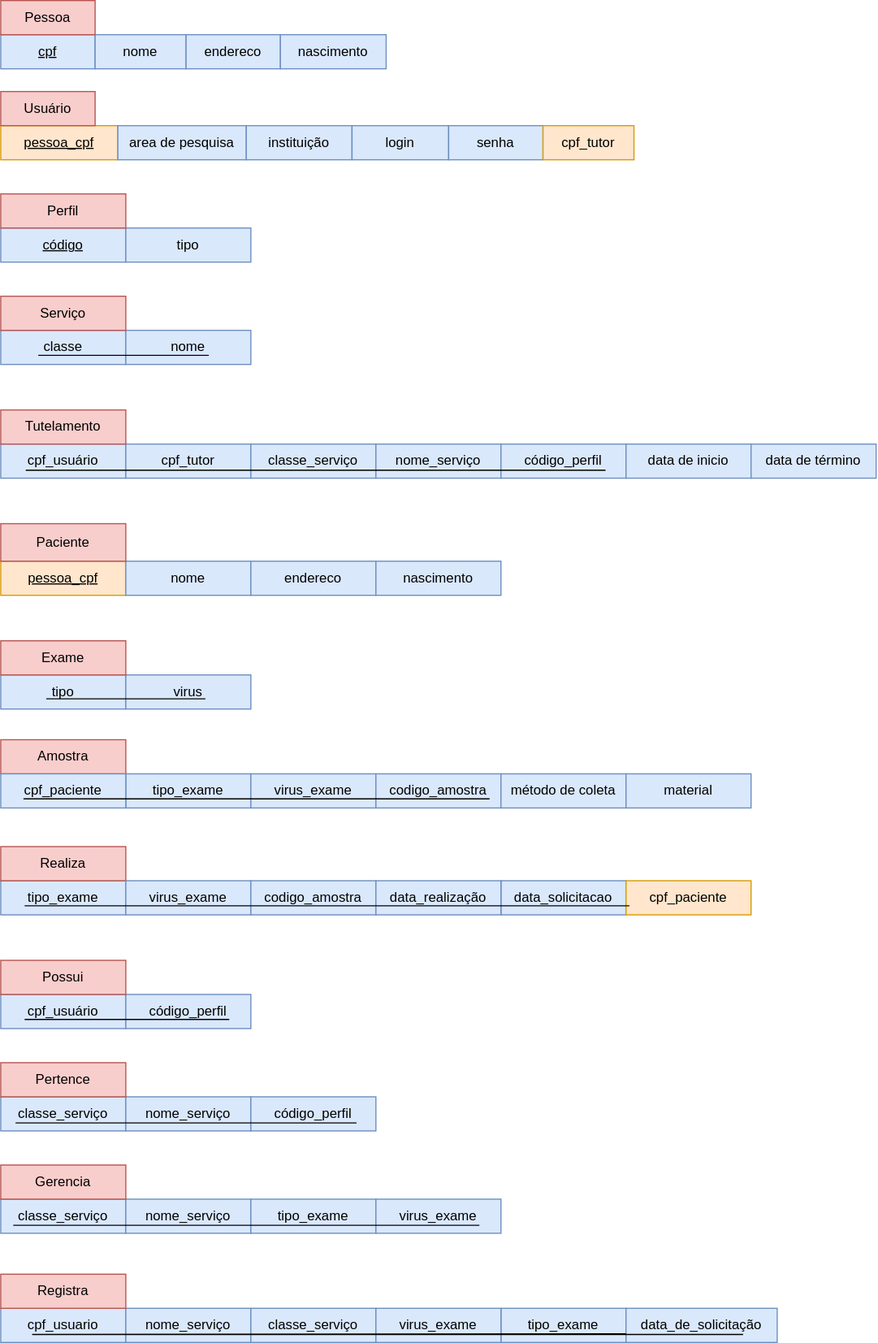
Before: model/modelo-logico.svg, a diagram exported from draw.io (rodorgas/labjef). Source tidied: cells renumbered, new cells last; positions are measured from the earlier drawing's top-left corner, leaving out a move shared by most shapes.
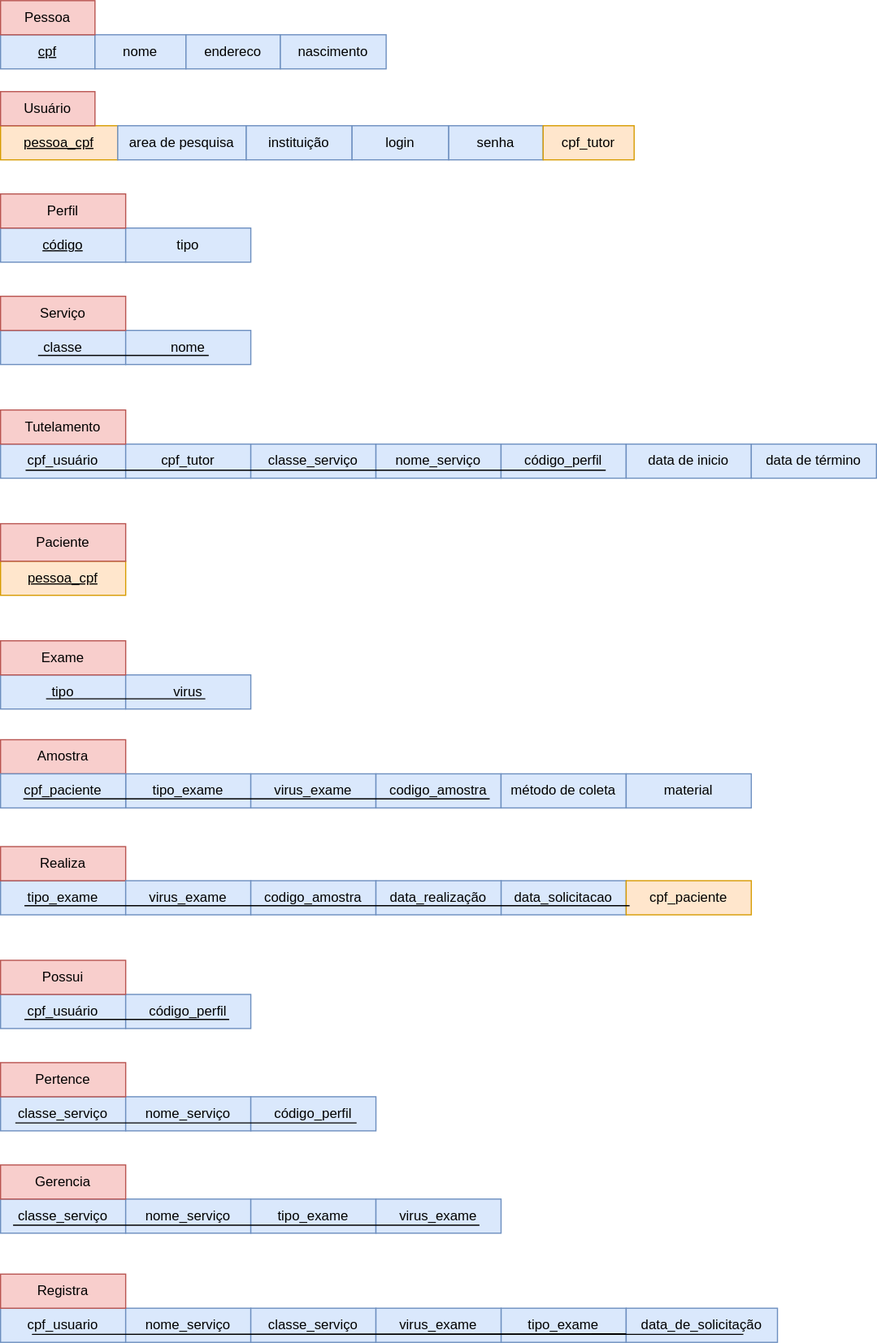
After the change.

Commit message:
Fix logic model

It was repeating fields from Pessoa on Paciente

Change to the diagram source:
```diff
@@ -47,18 +47,9 @@
     <mxCell id="16" value="&lt;u&gt;pessoa_cpf&lt;/u&gt;" style="rounded=0;whiteSpace=wrap;html=1;fillColor=#ffe6cc;strokeColor=#d79b00;" parent="1" vertex="1">
       <mxGeometry y="493" width="110" height="30" as="geometry" />
     </mxCell>
-    <mxCell id="17" value="nome" style="rounded=0;whiteSpace=wrap;html=1;fillColor=#dae8fc;strokeColor=#6c8ebf;" parent="1" vertex="1">
-      <mxGeometry x="110" y="493" width="110" height="30" as="geometry" />
-    </mxCell>
     <mxCell id="18" value="Paciente" style="rounded=0;whiteSpace=wrap;html=1;fillColor=#f8cecc;strokeColor=#b85450;" parent="1" vertex="1">
       <mxGeometry y="460" width="110" height="33" as="geometry" />
     </mxCell>
-    <mxCell id="19" value="endereco" style="rounded=0;whiteSpace=wrap;html=1;fillColor=#dae8fc;strokeColor=#6c8ebf;" parent="1" vertex="1">
-      <mxGeometry x="220" y="493" width="110" height="30" as="geometry" />
-    </mxCell>
-    <mxCell id="20" value="nascimento" style="rounded=0;whiteSpace=wrap;html=1;fillColor=#dae8fc;strokeColor=#6c8ebf;" parent="1" vertex="1">
-      <mxGeometry x="330" y="493" width="110" height="30" as="geometry" />
-    </mxCell>
     <mxCell id="21" value="tipo" style="rounded=0;whiteSpace=wrap;html=1;fillColor=#dae8fc;strokeColor=#6c8ebf;" parent="1" vertex="1">
       <mxGeometry y="593" width="110" height="30" as="geometry" />
     </mxCell>
```
